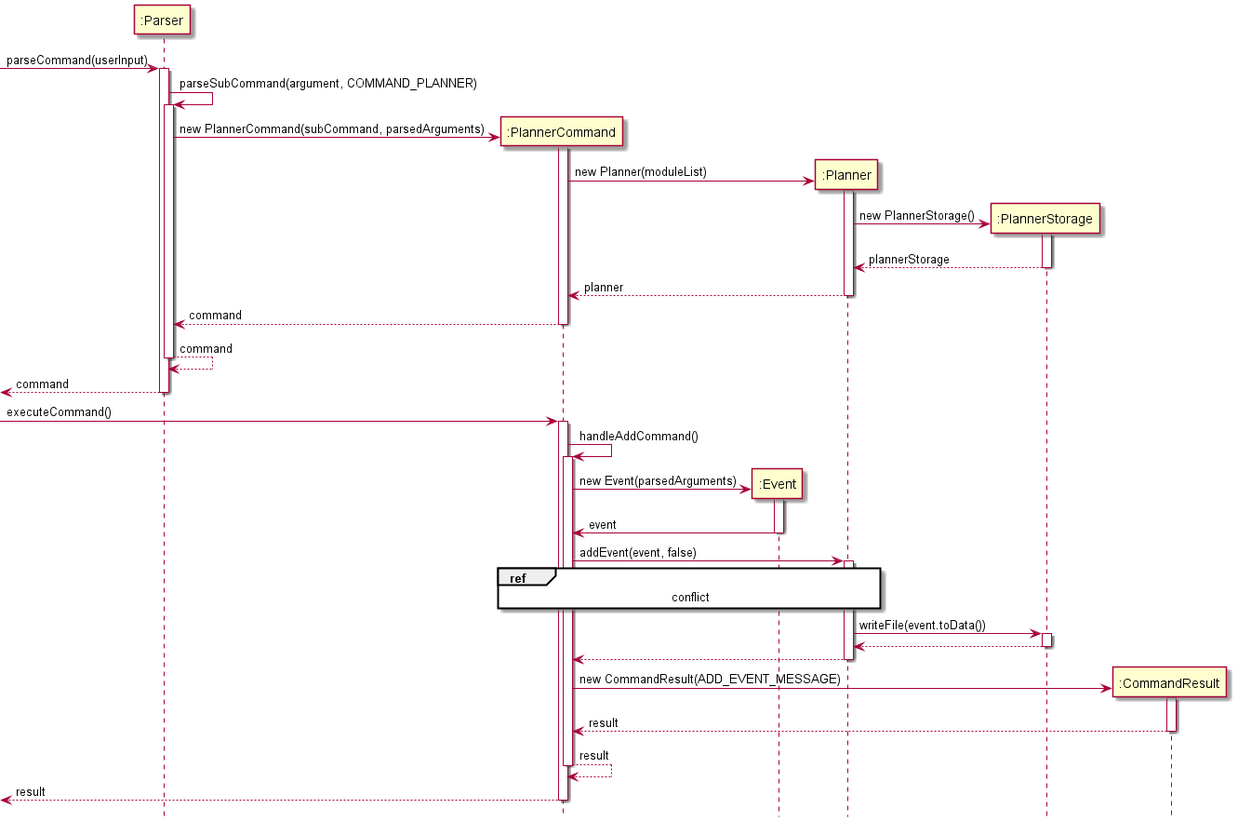
This is docs/assets/images/PlannerAddSequenceDiagram1.png from shyamgj1900/tp, a PlantUML export, as it was before one commit.
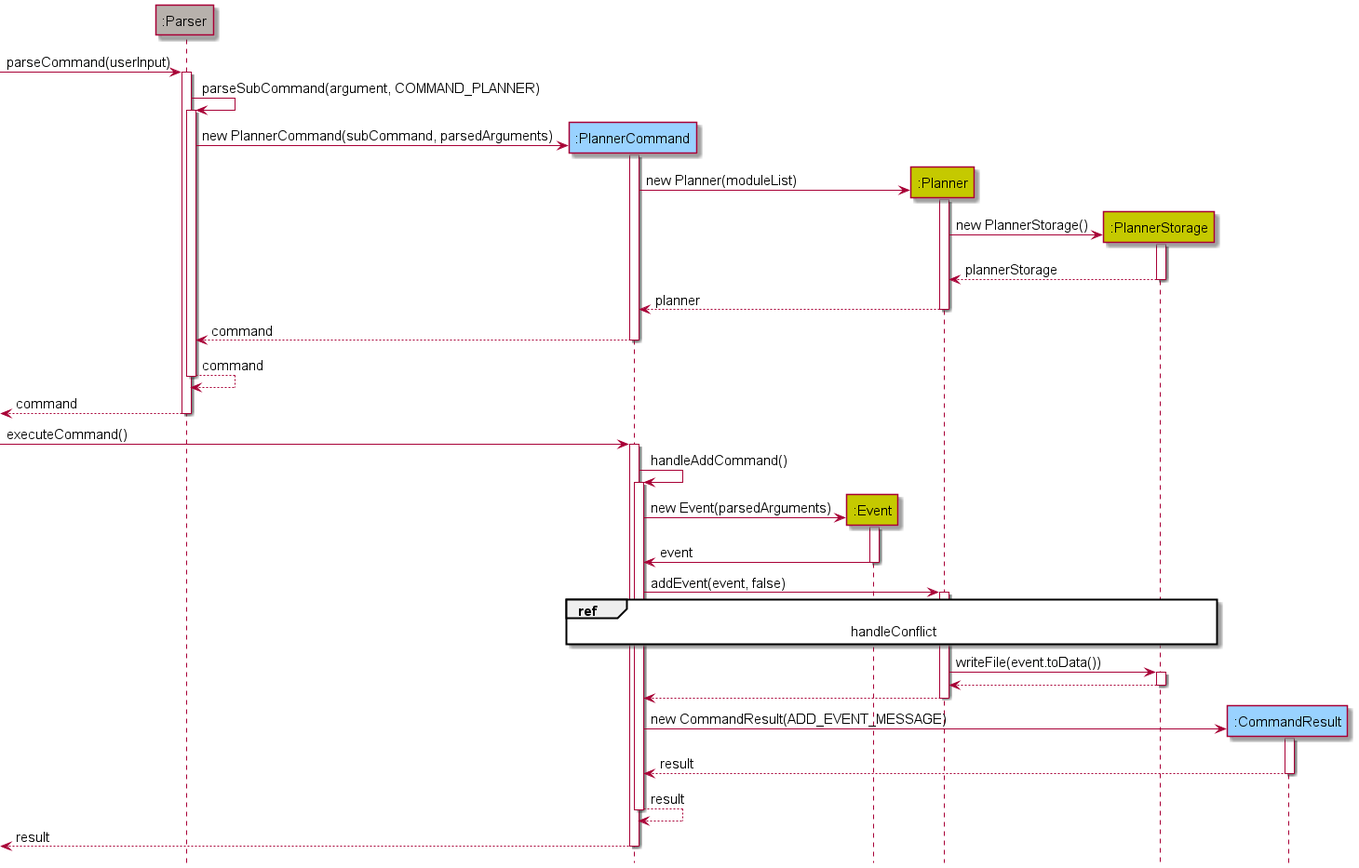
The same diagram one commit later.

Diff of the diagram source:
```diff
@@ -1,13 +1,15 @@
 @startuml
+
+!include Style.puml
 
 hide footbox
 
-participant ":Parser" as parser
-participant ":PlannerCommand" as plc
-participant ":Event" as event
-participant ":Planner" as planner
-participant ":PlannerStorage" as pls
-participant ":CommandResult" as res
+participant ":Parser" as parser UTIL_COLOR
+participant ":PlannerCommand" as plc COMMANDS_COLOR
+participant ":Event" as event PLANNER_COLOR
+participant ":Planner" as planner PLANNER_COLOR
+participant ":PlannerStorage" as pls PLANNER_COLOR
+participant ":CommandResult" as res COMMANDS_COLOR
 
 [->parser : parseCommand(userInput)
 activate parser
@@ -58,7 +60,7 @@
 plc -> planner : addEvent(event, false)
 activate planner
 
-ref over plc, planner : conflict
+ref over plc, planner, pls : handleConflict
 
 planner -> pls : writeFile(event.toData())
 activate pls
```
